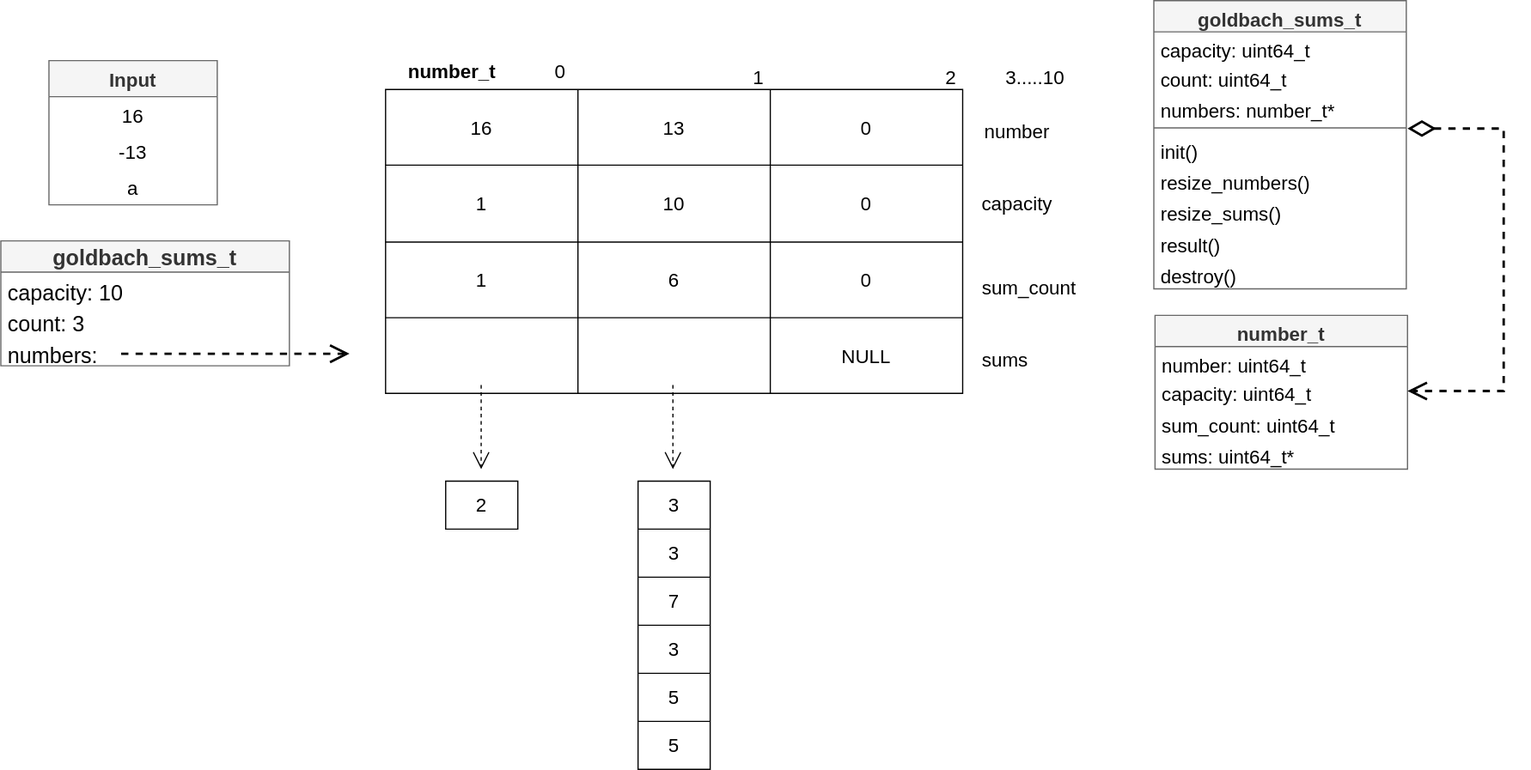
Earlier version of the draw.io export homeworks/goldbach_serial/design/SVG/EstructuraDeDatos.drawio.svg (daperez03/CI-0117-Parallel-Workshops). Source tidied: cells renumbered, new cells last; positions are measured from the earlier drawing's top-left corner, leaving out a move shared by most shapes.
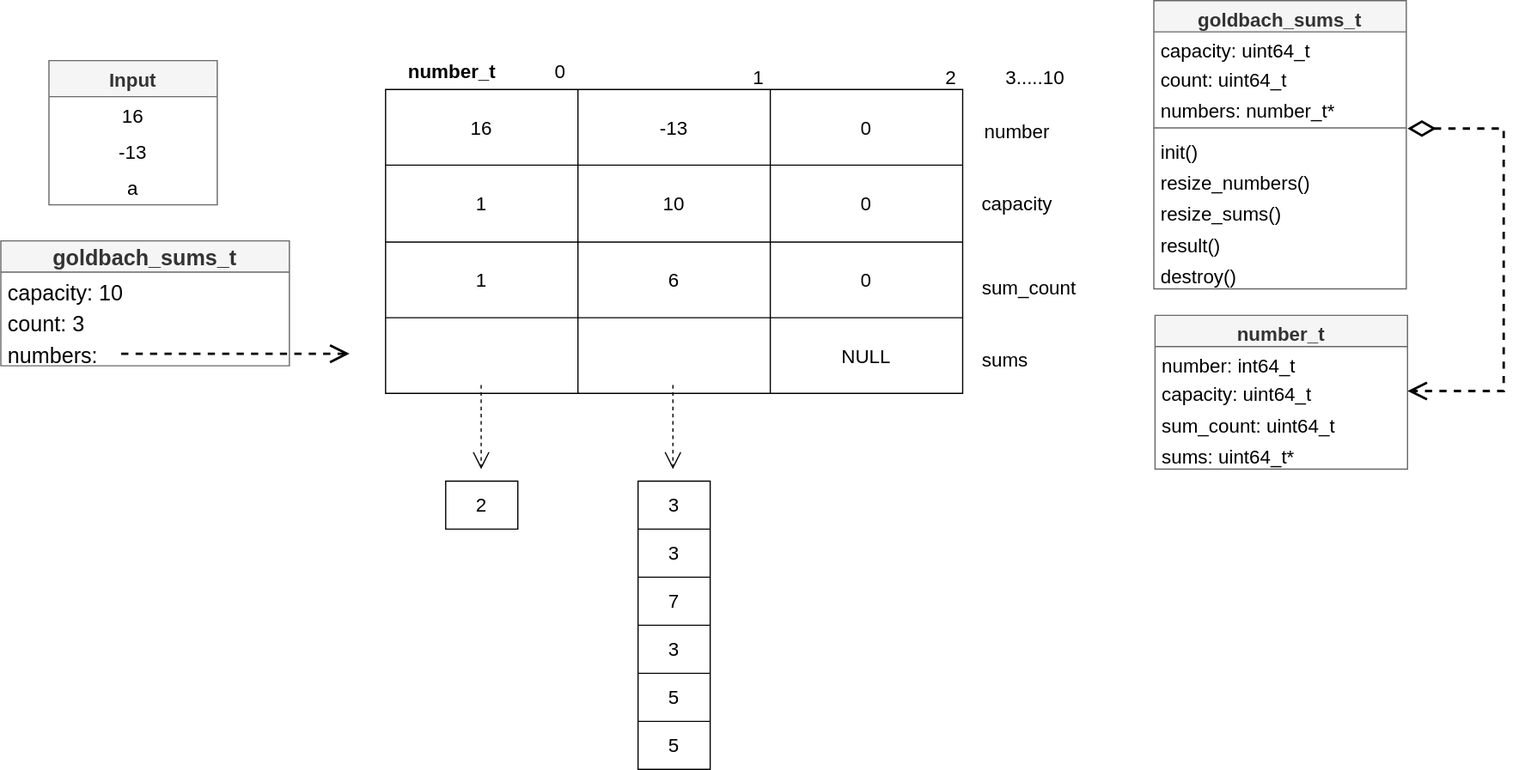
Later version of the same file.

Commit message:
Correcion de diagrama, numero negativo incorrecto #1

What changed in the source:
```diff
@@ -11,7 +11,7 @@
     <mxCell id="4" value="&lt;font style=&quot;font-size: 16px;&quot;&gt;16&lt;/font&gt;" style="shape=partialRectangle;html=1;whiteSpace=wrap;fillColor=none;top=0;left=0;bottom=0;right=0;overflow=hidden;" parent="3" vertex="1">
       <mxGeometry width="160" height="63" as="geometry" />
     </mxCell>
-    <mxCell id="5" value="&lt;font style=&quot;font-size: 16px;&quot;&gt;13&lt;/font&gt;" style="shape=partialRectangle;html=1;whiteSpace=wrap;fillColor=none;top=0;left=0;bottom=0;right=0;overflow=hidden;" parent="3" vertex="1">
+    <mxCell id="5" value="&lt;font style=&quot;font-size: 16px;&quot;&gt;-13&lt;/font&gt;" style="shape=partialRectangle;html=1;whiteSpace=wrap;fillColor=none;top=0;left=0;bottom=0;right=0;overflow=hidden;" parent="3" vertex="1">
       <mxGeometry x="160" width="160" height="63" as="geometry" />
     </mxCell>
     <mxCell id="6" value="&lt;font style=&quot;font-size: 16px;&quot;&gt;0&lt;/font&gt;" style="shape=partialRectangle;html=1;whiteSpace=wrap;fillColor=none;top=0;left=0;bottom=0;right=0;overflow=hidden;" parent="3" vertex="1">
@@ -205,7 +205,7 @@
     <mxCell id="65" value="number_t" style="swimlane;fontStyle=1;align=center;verticalAlign=top;horizontal=1;startSize=26;fontSize=16;fillColor=#f5f5f5;fontColor=#333333;strokeColor=#666666;" parent="1" vertex="1">
       <mxGeometry x="960" y="262" width="210" height="128" as="geometry" />
     </mxCell>
-    <mxCell id="66" value="number: uint64_t" style="text;strokeColor=none;fillColor=none;align=left;verticalAlign=top;spacingLeft=4;spacingRight=4;overflow=hidden;fontSize=16;" parent="65" vertex="1">
+    <mxCell id="66" value="number: int64_t" style="text;strokeColor=none;fillColor=none;align=left;verticalAlign=top;spacingLeft=4;spacingRight=4;overflow=hidden;fontSize=16;" parent="65" vertex="1">
       <mxGeometry y="26" width="210" height="24" as="geometry" />
     </mxCell>
     <mxCell id="67" value="capacity: uint64_t" style="text;strokeColor=none;fillColor=none;align=left;verticalAlign=top;spacingLeft=4;spacingRight=4;overflow=hidden;points=[[0,0.5],[1,0.5]];portConstraint=eastwest;fontSize=16;" parent="65" vertex="1">
```
